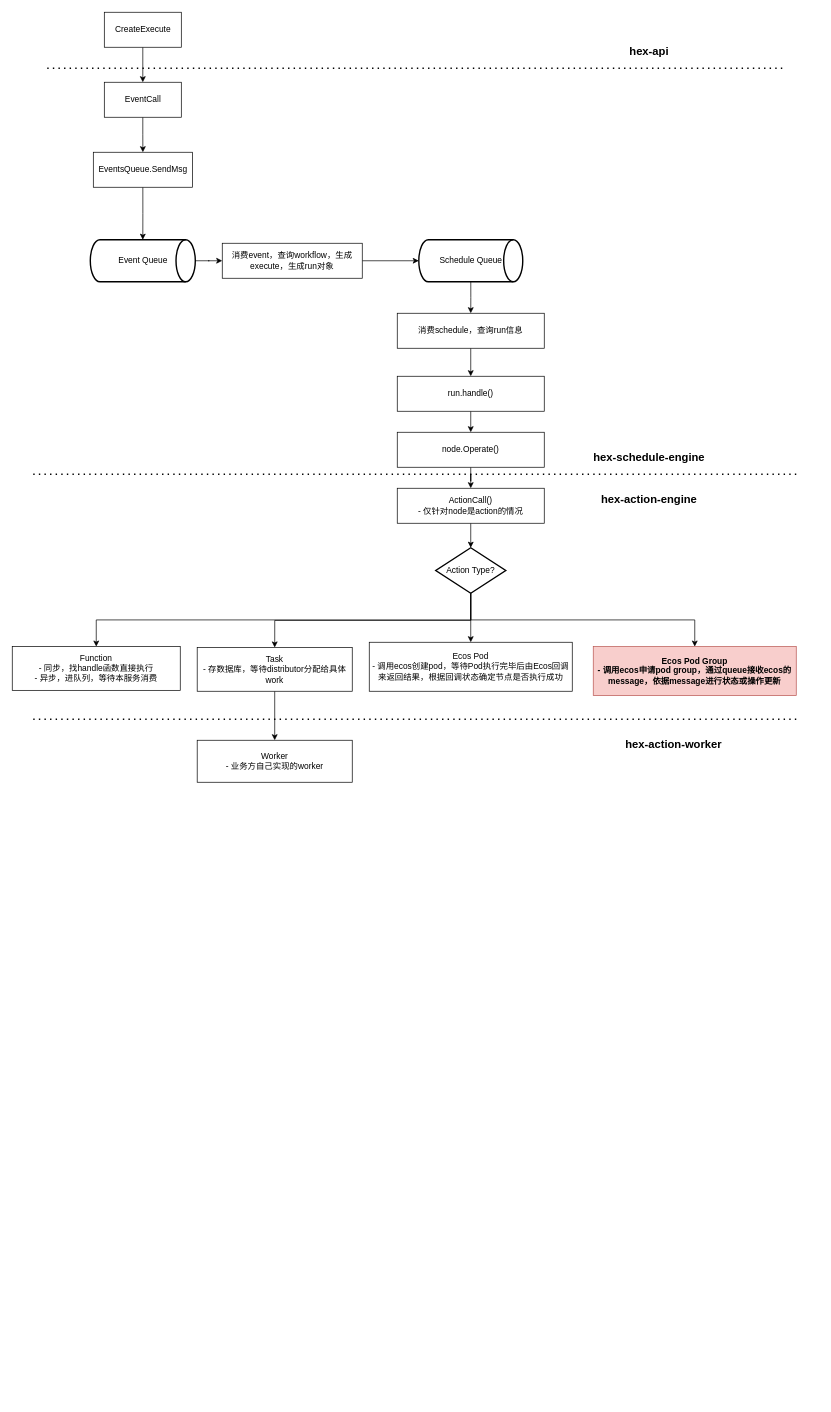
Earlier version of the draw.io diagram page "hex 流程图" (6 of 6) of drawio/TuSimple.drawio (a244591052/Skill-Learning). Source tidied: cells renumbered, new cells numbered last; positions are measured from the earlier drawing's top-left corner, leaving out a move shared by most shapes. Both pictures are drawn from the tidied source at 70%, with x=0, y=0 at pixel (12, 12).
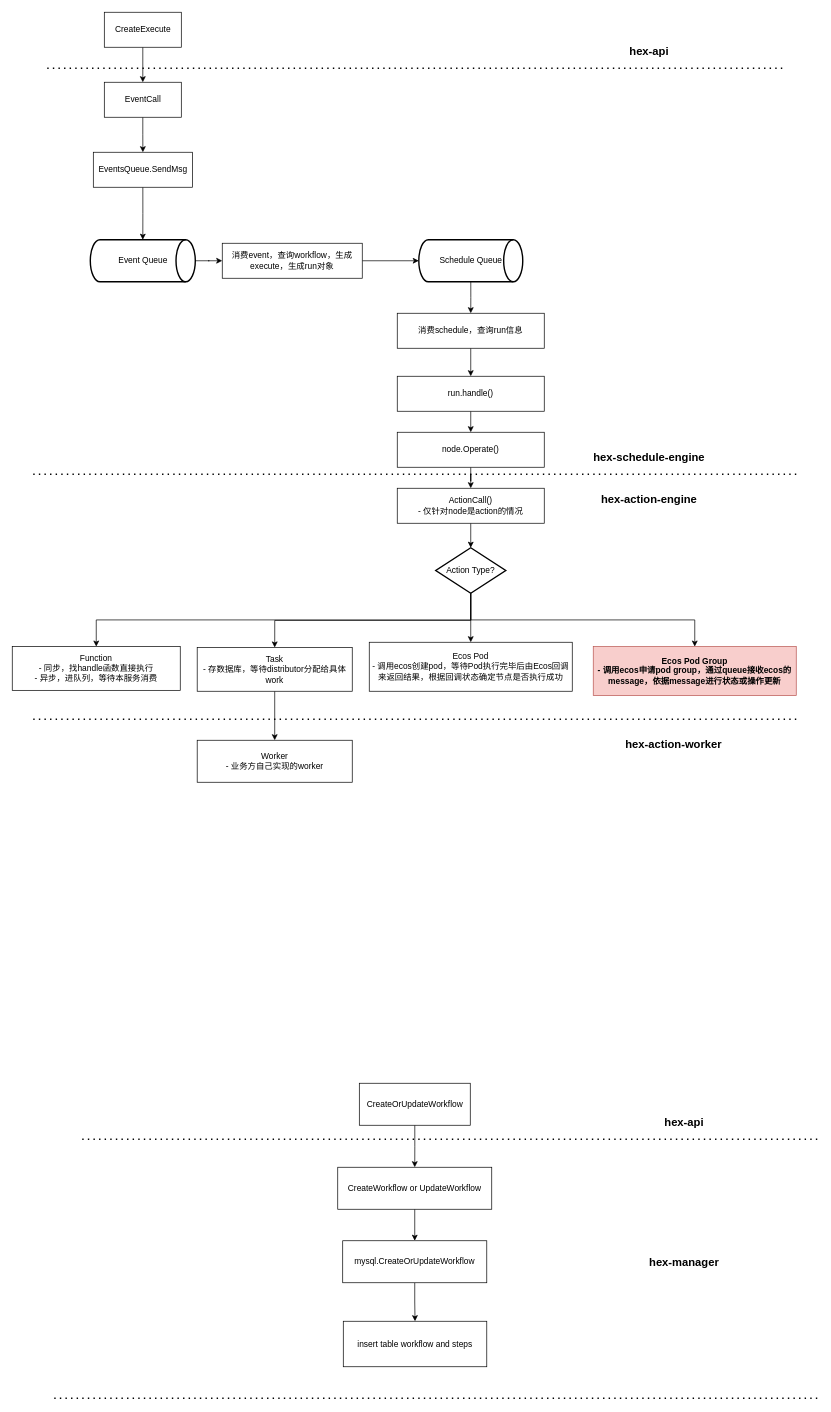
The same diagram, later.

Diff of the diagram source:
```diff
@@
+    <mxCell id="40" style="edgeStyle=orthogonalEdgeStyle;rounded=0;jettySize=auto;html=1;exitX=0.5;exitY=1;exitDx=0;exitDy=0;" parent="1" edge="1" source="41" target="43">
+      <mxGeometry relative="1" as="geometry" />
+    </mxCell>
+    <mxCell id="41" value="CreateOrUpdateWorkflow" style="html=1;whiteSpace=wrap;" parent="1" vertex="1">
+      <mxGeometry x="495.8" y="1530" width="158.5" height="60" as="geometry" />
+    </mxCell>
+    <mxCell id="42" style="edgeStyle=orthogonalEdgeStyle;rounded=0;jettySize=auto;html=1;exitX=0.5;exitY=1;exitDx=0;exitDy=0;" parent="1" edge="1" source="43" target="45">
+      <mxGeometry relative="1" as="geometry" />
+    </mxCell>
+    <mxCell id="43" value="CreateWorkflow or UpdateWorkflow" style="html=1;whiteSpace=wrap;" parent="1" vertex="1">
+      <mxGeometry x="465" y="1650" width="220" height="60" as="geometry" />
+    </mxCell>
+    <mxCell id="44" style="edgeStyle=orthogonalEdgeStyle;rounded=0;jettySize=auto;html=1;" parent="1" edge="1" source="45" target="50">
+      <mxGeometry relative="1" as="geometry" />
+    </mxCell>
+    <mxCell id="45" value="mysql.CreateOrUpdateWorkflow" style="html=1;whiteSpace=wrap;" parent="1" vertex="1">
+      <mxGeometry x="472.1" y="1755" width="205.8" height="60" as="geometry" />
+    </mxCell>
+    <mxCell id="46" style="endArrow=none;dashed=1;html=1;dashPattern=1 3;strokeWidth=2;rounded=0;" parent="1" edge="1">
+      <mxGeometry relative="1" as="geometry">
+        <mxPoint x="100" y="1610" as="sourcePoint" />
+        <mxPoint x="1150" y="1610" as="targetPoint" />
+      </mxGeometry>
+    </mxCell>
+    <mxCell id="47" value="hex-api" style="text;html=1;strokeColor=none;fillColor=none;align=center;verticalAlign=middle;whiteSpace=wrap;rounded=0;fontSize=16;fontStyle=1;" parent="1" vertex="1">
+      <mxGeometry x="930" y="1570" width="60" height="30" as="geometry" />
+    </mxCell>
+    <mxCell id="48" style="endArrow=none;dashed=1;html=1;dashPattern=1 3;strokeWidth=2;rounded=0;" parent="1" edge="1">
+      <mxGeometry relative="1" as="geometry">
+        <mxPoint x="60" y="1980" as="sourcePoint" />
+        <mxPoint x="1150" y="1980" as="targetPoint" />
+      </mxGeometry>
+    </mxCell>
+    <mxCell id="49" value="hex-manager" style="text;html=1;strokeColor=none;fillColor=none;align=center;verticalAlign=middle;whiteSpace=wrap;rounded=0;fontSize=16;fontStyle=1;" parent="1" vertex="1">
+      <mxGeometry x="855" y="1770" width="210" height="30" as="geometry" />
+    </mxCell>
+    <mxCell id="50" value="insert table workflow and steps" style="whiteSpace=wrap;html=1;" parent="1" vertex="1">
+      <mxGeometry x="472.9" y="1870" width="205" height="65" as="geometry" />
+    </mxCell>
```
